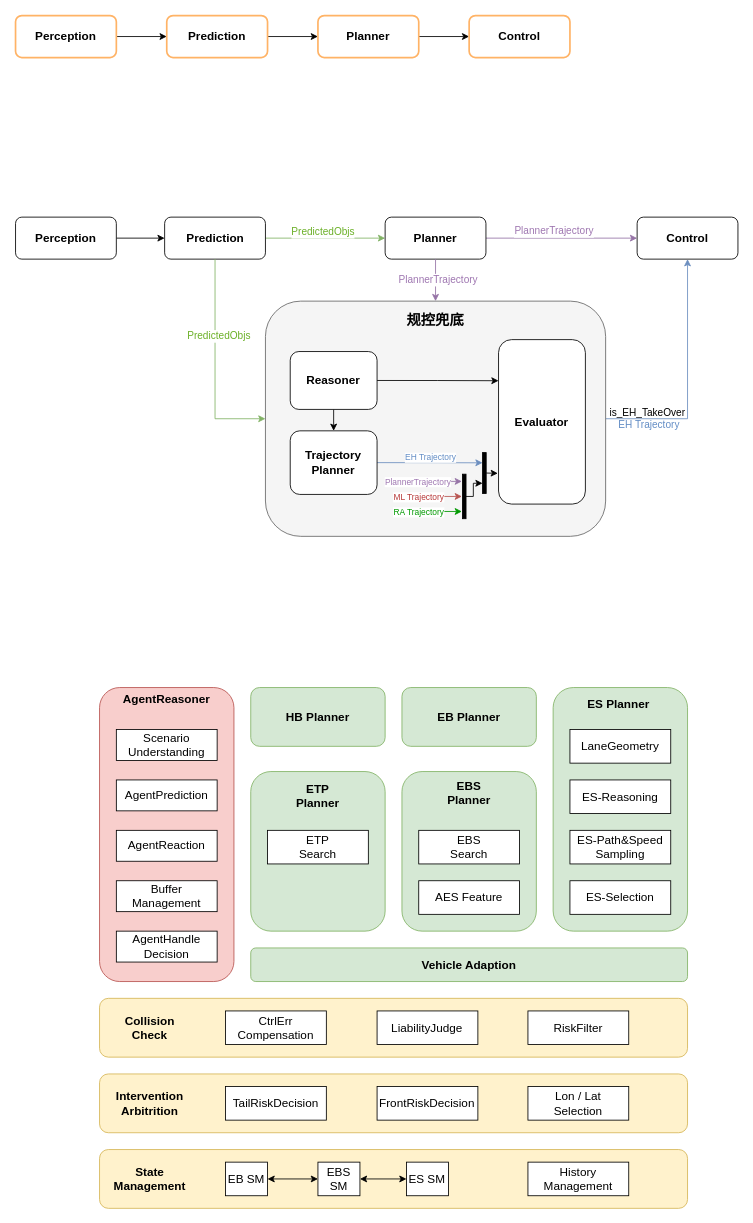
The draw.io diagram page "Page-3" (3 of 3) of Files/EH Module.drawio in zhangjoey115/Diagrams, before the edit. Source tidied: cells renumbered, new cells numbered last; positions are measured from the earlier drawing's top-left corner, leaving out a move shared by most shapes. Both pictures are drawn from the tidied source at 84%, with x=0, y=0 at pixel (15, 15).
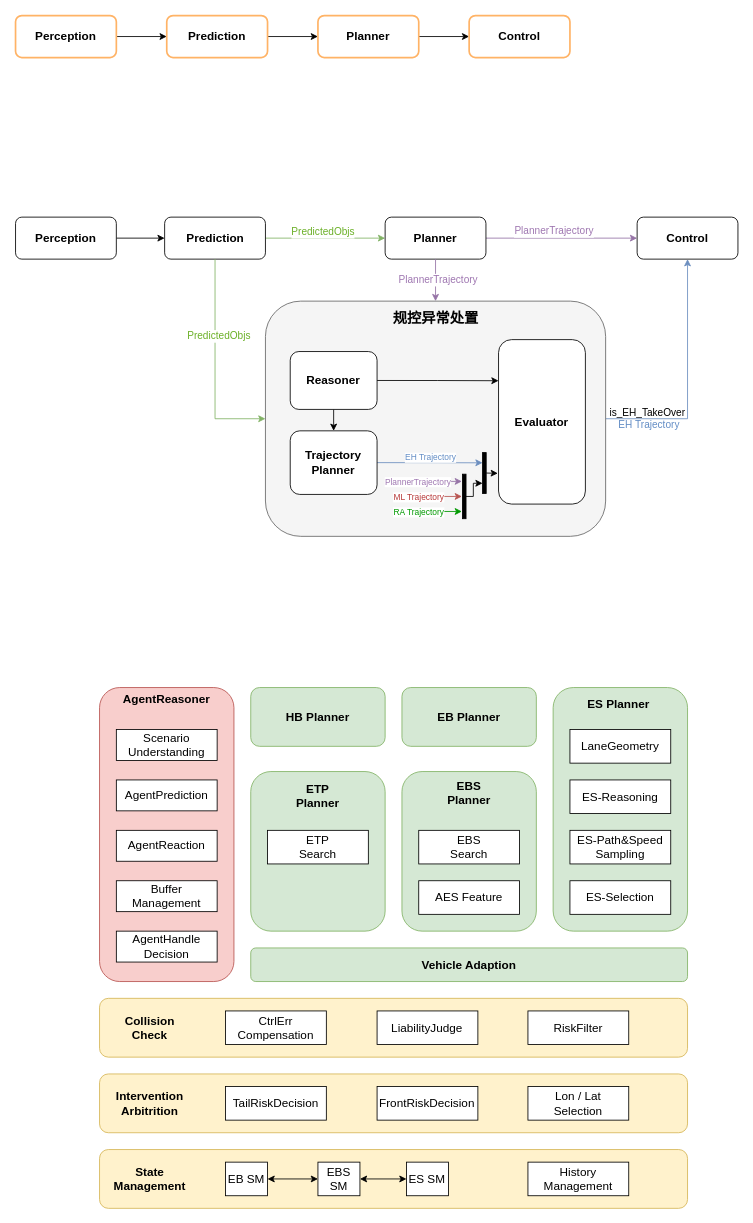
The same page after the edit.

Diff of the diagram source:
```diff
@@
-    <mxCell id="33" value="规控兜底" style="text;html=1;align=center;verticalAlign=middle;whiteSpace=wrap;rounded=0;fontStyle=1;fontSize=17;" parent="1" vertex="1">
-      <mxGeometry x="456.9" y="349.4" width="86.2" height="28.2" as="geometry" />
+    <mxCell id="33" value="规控异常处置" style="text;html=1;align=center;verticalAlign=middle;whiteSpace=wrap;rounded=0;fontStyle=1;fontSize=17;" parent="1" vertex="1">
+      <mxGeometry x="445.5" y="348" width="109.1" height="28.2" as="geometry" />
     </mxCell>
```
